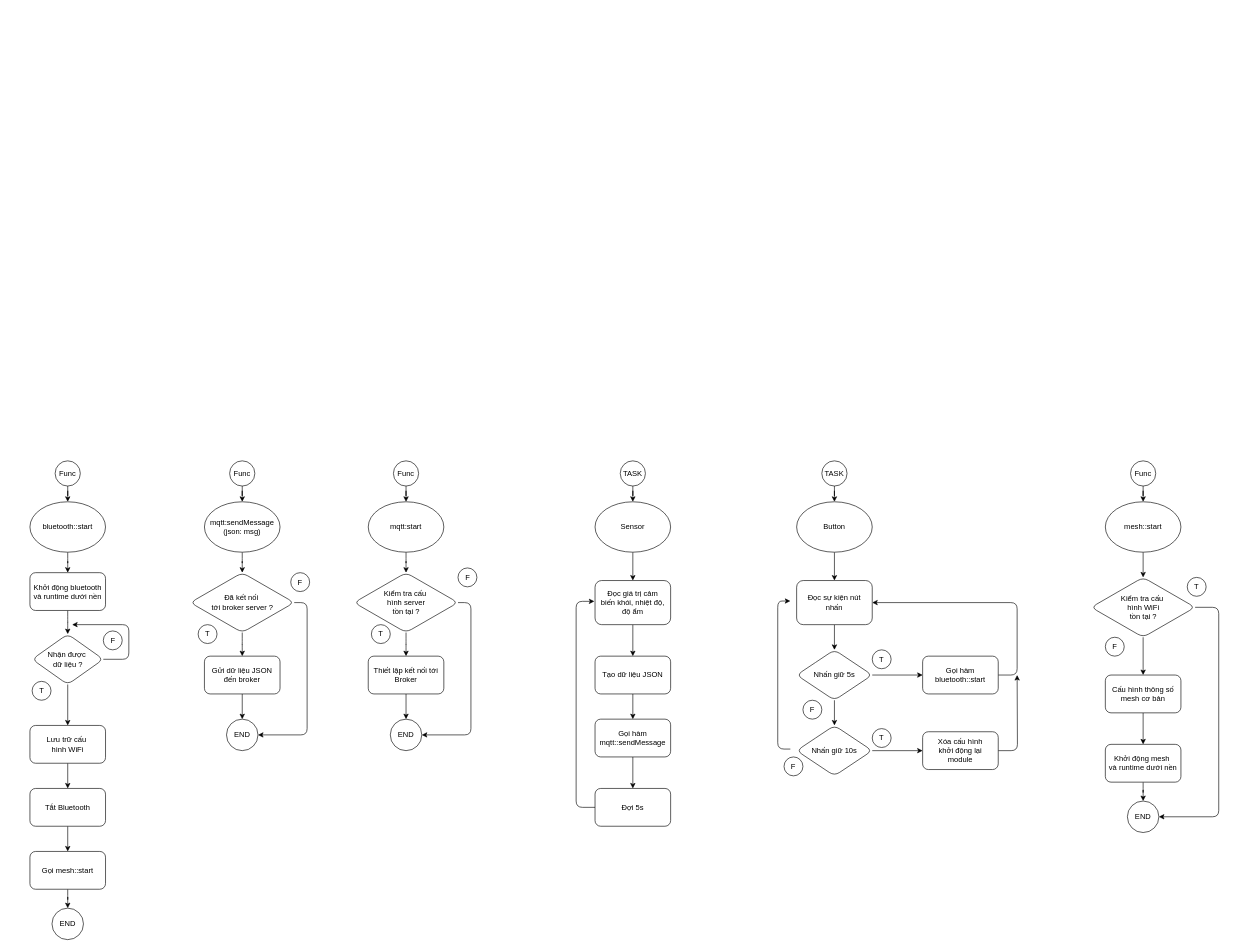
The draw.io diagram Untitled Diagram.drawio in yarncode/esp_mesh_fire_alarm, before the edit. Source tidied: cells renumbered, new cells numbered last; positions are measured from the earlier drawing's top-left corner, leaving out a move shared by most shapes. Both pictures are drawn from the tidied source at 63%, with x=0, y=0 at pixel (30, 461).
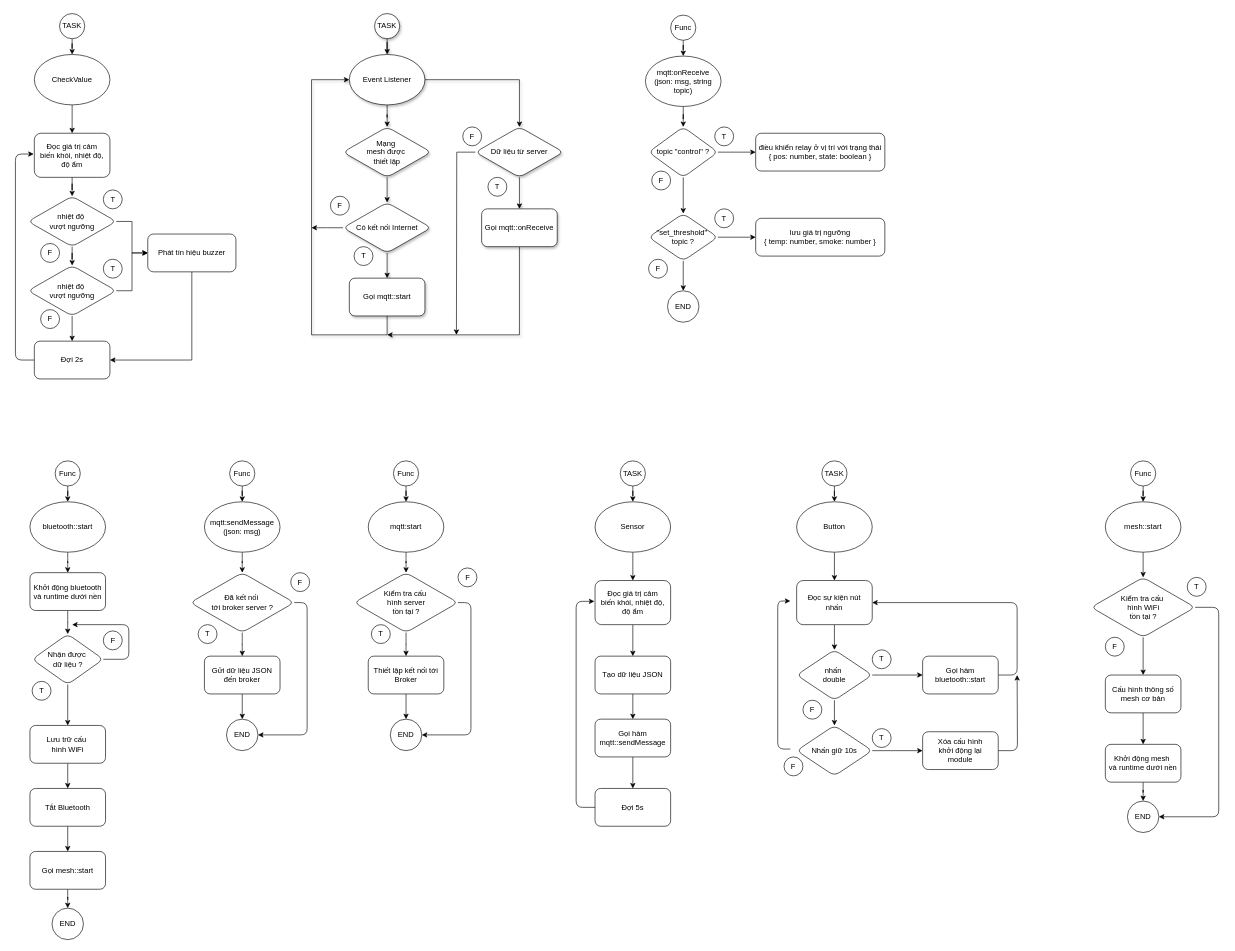
The same diagram, later.

What changed in the source:
```diff
@@
-    <mxCell id="22" value="Nhấn giữ 5s" style="rhombus;whiteSpace=wrap;html=1;rounded=1;spacing=4;spacingRight=6;spacingLeft=6;" parent="1" vertex="1">
+    <mxCell id="22" value="nhấn&amp;nbsp;&lt;div&gt;double&lt;/div&gt;" style="rhombus;whiteSpace=wrap;html=1;rounded=1;spacing=4;spacingRight=6;spacingLeft=6;" parent="1" vertex="1">
       <mxGeometry x="1217" y="300" width="120" height="80" as="geometry" />
     </mxCell>
@@
+    <mxCell id="90" style="edgeStyle=orthogonalEdgeStyle;rounded=1;jettySize=auto;html=1;" parent="1" edge="1" source="91" target="93">
+      <mxGeometry relative="1" as="geometry" />
+    </mxCell>
+    <mxCell id="91" value="CheckValue" style="ellipse;whiteSpace=wrap;html=1;rounded=1;" parent="1" vertex="1">
+      <mxGeometry x="7" y="-645" width="120" height="80" as="geometry" />
+    </mxCell>
+    <mxCell id="92" style="edgeStyle=orthogonalEdgeStyle;rounded=0;jettySize=auto;html=1;" parent="1" edge="1" source="93" target="100">
+      <mxGeometry relative="1" as="geometry" />
+    </mxCell>
+    <mxCell id="93" value="Đọc giá trị cảm biến khói, nhiệt độ, độ ẩm" style="rounded=1;whiteSpace=wrap;html=1;spacing=4;spacingRight=6;spacingLeft=6;" parent="1" vertex="1">
+      <mxGeometry x="7" y="-520" width="120" height="70" as="geometry" />
+    </mxCell>
+    <mxCell id="94" style="edgeStyle=orthogonalEdgeStyle;rounded=1;jettySize=auto;html=1;entryX=0.5;entryY=0;entryDx=0;entryDy=0;" parent="1" edge="1" source="95" target="91">
+      <mxGeometry relative="1" as="geometry" />
+    </mxCell>
+    <mxCell id="95" value="TASK" style="ellipse;whiteSpace=wrap;html=1;rounded=1;" parent="1" vertex="1">
+      <mxGeometry x="47" y="-710" width="40" height="40" as="geometry" />
+    </mxCell>
+    <mxCell id="96" style="edgeStyle=orthogonalEdgeStyle;rounded=1;jettySize=auto;html=1;entryX=-0.009;entryY=0.472;entryDx=0;entryDy=0;entryPerimeter=0;curved=0;" parent="1" edge="1" source="97" target="93">
+      <mxGeometry relative="1" as="geometry">
+        <Array as="points">
+          <mxPoint x="-23" y="-160" />
+          <mxPoint x="-23" y="-487" />
+        </Array>
+      </mxGeometry>
+    </mxCell>
+    <mxCell id="97" value="Đợi 2s" style="whiteSpace=wrap;html=1;rounded=1;spacing=4;spacingRight=6;spacingLeft=6;" parent="1" vertex="1">
+      <mxGeometry x="7" y="-190" width="120" height="60" as="geometry" />
+    </mxCell>
+    <mxCell id="98" style="edgeStyle=orthogonalEdgeStyle;rounded=0;jettySize=auto;html=1;" parent="1" edge="1" source="100" target="103">
+      <mxGeometry relative="1" as="geometry" />
+    </mxCell>
+    <mxCell id="99" style="edgeStyle=orthogonalEdgeStyle;rounded=0;jettySize=auto;html=1;entryX=0;entryY=0.5;entryDx=0;entryDy=0;" parent="1" edge="1" source="100" target="105">
+      <mxGeometry relative="1" as="geometry" />
+    </mxCell>
+    <mxCell id="100" value="nhiệt độ&amp;nbsp;&lt;div&gt;vượt ngưỡng&lt;/div&gt;" style="rhombus;whiteSpace=wrap;html=1;rounded=1;spacing=4;spacingRight=6;spacingLeft=6;" parent="1" vertex="1">
+      <mxGeometry x="-3" y="-420" width="140" height="80" as="geometry" />
+    </mxCell>
+    <mxCell id="101" style="edgeStyle=orthogonalEdgeStyle;rounded=0;jettySize=auto;html=1;entryX=0.5;entryY=0;entryDx=0;entryDy=0;" parent="1" edge="1" source="103" target="97">
+      <mxGeometry relative="1" as="geometry" />
+    </mxCell>
+    <mxCell id="102" style="edgeStyle=orthogonalEdgeStyle;rounded=0;jettySize=auto;html=1;entryX=0;entryY=0.5;entryDx=0;entryDy=0;" parent="1" edge="1" source="103" target="105">
+      <mxGeometry relative="1" as="geometry" />
+    </mxCell>
+    <mxCell id="103" value="nhiệt độ&amp;nbsp;&lt;div&gt;vượt ngưỡng&lt;/div&gt;" style="rhombus;whiteSpace=wrap;html=1;rounded=1;spacing=4;spacingRight=6;spacingLeft=6;" parent="1" vertex="1">
+      <mxGeometry x="-3" y="-310" width="140" height="80" as="geometry" />
+    </mxCell>
+    <mxCell id="104" style="edgeStyle=orthogonalEdgeStyle;rounded=0;jettySize=auto;html=1;entryX=1;entryY=0.5;entryDx=0;entryDy=0;" parent="1" edge="1" source="105" target="97">
+      <mxGeometry relative="1" as="geometry">
+        <Array as="points">
+          <mxPoint x="257" y="-160" />
+        </Array>
+      </mxGeometry>
+    </mxCell>
+    <mxCell id="105" value="Phát tín hiệu buzzer" style="rounded=1;whiteSpace=wrap;html=1;" parent="1" vertex="1">
+      <mxGeometry x="187" y="-360" width="140" height="60" as="geometry" />
+    </mxCell>
+    <mxCell id="106" value="F" style="ellipse;whiteSpace=wrap;html=1;rounded=1;" parent="1" vertex="1">
+      <mxGeometry x="17" y="-345" width="30" height="30" as="geometry" />
+    </mxCell>
+    <mxCell id="107" value="F" style="ellipse;whiteSpace=wrap;html=1;rounded=1;" parent="1" vertex="1">
+      <mxGeometry x="17" y="-240" width="30" height="30" as="geometry" />
+    </mxCell>
+    <mxCell id="108" value="T" style="ellipse;whiteSpace=wrap;html=1;rounded=1;" parent="1" vertex="1">
+      <mxGeometry x="116.5" y="-430" width="30" height="30" as="geometry" />
+    </mxCell>
+    <mxCell id="109" value="T" style="ellipse;whiteSpace=wrap;html=1;rounded=1;" parent="1" vertex="1">
+      <mxGeometry x="116.5" y="-320" width="30" height="30" as="geometry" />
+    </mxCell>
+    <mxCell id="110" style="edgeStyle=orthogonalEdgeStyle;rounded=0;jettySize=auto;html=1;entryX=0.5;entryY=0;entryDx=0;entryDy=0;strokeColor=default;shadow=1;" parent="1" edge="1" source="111" target="114">
+      <mxGeometry relative="1" as="geometry" />
+    </mxCell>
+    <mxCell id="111" value="TASK" style="ellipse;whiteSpace=wrap;html=1;rounded=1;strokeColor=default;shadow=1;" parent="1" vertex="1">
+      <mxGeometry x="547" y="-710" width="40" height="40" as="geometry" />
+    </mxCell>
+    <mxCell id="112" style="edgeStyle=orthogonalEdgeStyle;rounded=0;jettySize=auto;html=1;strokeColor=default;shadow=1;" parent="1" edge="1" source="114" target="116">
+      <mxGeometry relative="1" as="geometry" />
+    </mxCell>
+    <mxCell id="113" style="edgeStyle=orthogonalEdgeStyle;rounded=0;jettySize=auto;html=1;entryX=0.5;entryY=0;entryDx=0;entryDy=0;strokeColor=default;shadow=1;" parent="1" edge="1" source="114" target="119">
+      <mxGeometry relative="1" as="geometry" />
+    </mxCell>
+    <mxCell id="114" value="Event Listener" style="ellipse;whiteSpace=wrap;html=1;rounded=1;strokeColor=default;shadow=1;" parent="1" vertex="1">
+      <mxGeometry x="507" y="-645" width="120" height="80" as="geometry" />
+    </mxCell>
+    <mxCell id="115" style="edgeStyle=orthogonalEdgeStyle;rounded=0;jettySize=auto;html=1;strokeColor=default;shadow=1;" parent="1" edge="1" source="116" target="122">
+      <mxGeometry relative="1" as="geometry" />
+    </mxCell>
+    <mxCell id="116" value="Mạng&amp;nbsp;&lt;div&gt;mesh được&amp;nbsp;&lt;div&gt;thiết lập&lt;/div&gt;&lt;/div&gt;" style="rhombus;whiteSpace=wrap;html=1;rounded=1;strokeColor=default;shadow=1;" parent="1" vertex="1">
+      <mxGeometry x="497" y="-530" width="140" height="80" as="geometry" />
+    </mxCell>
+    <mxCell id="117" style="edgeStyle=orthogonalEdgeStyle;rounded=0;jettySize=auto;html=1;entryX=0.5;entryY=0;entryDx=0;entryDy=0;strokeColor=default;shadow=1;" parent="1" edge="1" source="119" target="126">
+      <mxGeometry relative="1" as="geometry" />
+    </mxCell>
+    <mxCell id="118" style="edgeStyle=orthogonalEdgeStyle;rounded=0;jettySize=auto;html=1;" parent="1" edge="1" source="119">
+      <mxGeometry relative="1" as="geometry">
+        <mxPoint x="677" y="-200" as="targetPoint" />
+      </mxGeometry>
+    </mxCell>
+    <mxCell id="119" value="Dữ liệu từ server" style="rhombus;whiteSpace=wrap;html=1;rounded=1;strokeColor=default;shadow=1;" parent="1" vertex="1">
+      <mxGeometry x="707" y="-530" width="140" height="80" as="geometry" />
+    </mxCell>
+    <mxCell id="120" style="edgeStyle=orthogonalEdgeStyle;rounded=0;jettySize=auto;html=1;entryX=0.5;entryY=0;entryDx=0;entryDy=0;strokeColor=default;shadow=1;" parent="1" edge="1" source="122" target="124">
+      <mxGeometry relative="1" as="geometry" />
+    </mxCell>
+    <mxCell id="121" style="edgeStyle=orthogonalEdgeStyle;rounded=0;jettySize=auto;html=1;" parent="1" edge="1" source="122">
+      <mxGeometry relative="1" as="geometry">
+        <mxPoint x="447" y="-370" as="targetPoint" />
+      </mxGeometry>
+    </mxCell>
+    <mxCell id="122" value="Có kết nối Internet" style="rhombus;whiteSpace=wrap;html=1;rounded=1;strokeColor=default;shadow=1;" parent="1" vertex="1">
+      <mxGeometry x="497" y="-410" width="140" height="80" as="geometry" />
+    </mxCell>
+    <mxCell id="123" style="edgeStyle=orthogonalEdgeStyle;rounded=0;jettySize=auto;html=1;entryX=0;entryY=0.5;entryDx=0;entryDy=0;exitX=0.5;exitY=1;exitDx=0;exitDy=0;strokeColor=default;shadow=1;" parent="1" edge="1" source="124" target="114">
+      <mxGeometry relative="1" as="geometry">
+        <Array as="points">
+          <mxPoint x="567" y="-200" />
+          <mxPoint x="447" y="-200" />
+          <mxPoint x="447" y="-605" />
+        </Array>
+      </mxGeometry>
+    </mxCell>
+    <mxCell id="124" value="Gọi mqtt::start" style="whiteSpace=wrap;html=1;rounded=1;strokeColor=default;shadow=1;" parent="1" vertex="1">
+      <mxGeometry x="507" y="-290" width="120" height="60" as="geometry" />
+    </mxCell>
+    <mxCell id="125" style="edgeStyle=orthogonalEdgeStyle;rounded=0;jettySize=auto;html=1;strokeColor=default;shadow=1;" parent="1" edge="1" source="126">
+      <mxGeometry relative="1" as="geometry">
+        <mxPoint x="567" y="-200" as="targetPoint" />
+        <Array as="points">
+          <mxPoint x="777" y="-200" />
+        </Array>
+      </mxGeometry>
+    </mxCell>
+    <mxCell id="126" value="Gọi mqtt::onReceive" style="whiteSpace=wrap;html=1;rounded=1;strokeColor=default;shadow=1;" parent="1" vertex="1">
+      <mxGeometry x="717" y="-400" width="120" height="60" as="geometry" />
+    </mxCell>
+    <mxCell id="127" value="T" style="ellipse;whiteSpace=wrap;html=1;rounded=1;" parent="1" vertex="1">
+      <mxGeometry x="514.5" y="-340" width="30" height="30" as="geometry" />
+    </mxCell>
+    <mxCell id="128" value="F" style="ellipse;whiteSpace=wrap;html=1;rounded=1;" parent="1" vertex="1">
+      <mxGeometry x="477" y="-420" width="30" height="30" as="geometry" />
+    </mxCell>
+    <mxCell id="129" value="T" style="ellipse;whiteSpace=wrap;html=1;rounded=1;" parent="1" vertex="1">
+      <mxGeometry x="727" y="-450" width="30" height="30" as="geometry" />
+    </mxCell>
+    <mxCell id="130" value="F" style="ellipse;whiteSpace=wrap;html=1;rounded=1;" parent="1" vertex="1">
+      <mxGeometry x="687" y="-530" width="30" height="30" as="geometry" />
+    </mxCell>
+    <mxCell id="131" style="edgeStyle=orthogonalEdgeStyle;rounded=0;jettySize=auto;html=1;" parent="1" edge="1" source="132" target="137">
+      <mxGeometry relative="1" as="geometry" />
+    </mxCell>
+    <mxCell id="132" value="mqtt:onReceive&lt;div&gt;(json: msg, string topic)&lt;/div&gt;" style="ellipse;whiteSpace=wrap;html=1;rounded=1;" parent="1" vertex="1">
+      <mxGeometry x="977" y="-642.5" width="120" height="80" as="geometry" />
+    </mxCell>
+    <mxCell id="133" style="edgeStyle=orthogonalEdgeStyle;rounded=1;jettySize=auto;html=1;entryX=0.5;entryY=0;entryDx=0;entryDy=0;" parent="1" edge="1" source="134" target="132">
+      <mxGeometry relative="1" as="geometry" />
+    </mxCell>
+    <mxCell id="134" value="Func" style="ellipse;whiteSpace=wrap;html=1;rounded=1;" parent="1" vertex="1">
+      <mxGeometry x="1017" y="-707.5" width="40" height="40" as="geometry" />
+    </mxCell>
+    <mxCell id="135" style="edgeStyle=orthogonalEdgeStyle;rounded=0;jettySize=auto;html=1;" parent="1" edge="1" source="137" target="139">
+      <mxGeometry relative="1" as="geometry" />
+    </mxCell>
+    <mxCell id="136" style="edgeStyle=orthogonalEdgeStyle;rounded=0;jettySize=auto;html=1;" parent="1" edge="1" source="137" target="144">
+      <mxGeometry relative="1" as="geometry" />
+    </mxCell>
+    <mxCell id="137" value="topic &quot;control&quot; ?" style="rhombus;whiteSpace=wrap;html=1;rounded=1;" parent="1" vertex="1">
+      <mxGeometry x="982" y="-530" width="110" height="80" as="geometry" />
+    </mxCell>
+    <mxCell id="138" value="END" style="ellipse;whiteSpace=wrap;html=1;rounded=1;" parent="1" vertex="1">
+      <mxGeometry x="1012" y="-270" width="50" height="50" as="geometry" />
+    </mxCell>
+    <mxCell id="139" value="điều khiển relay ở vị trí với trạng thái&lt;br&gt;{ pos: number, state: boolean }" style="whiteSpace=wrap;html=1;rounded=1;" parent="1" vertex="1">
+      <mxGeometry x="1152" y="-520" width="205" height="60" as="geometry" />
+    </mxCell>
+    <mxCell id="140" value="T" style="ellipse;whiteSpace=wrap;html=1;rounded=1;" parent="1" vertex="1">
+      <mxGeometry x="1087" y="-400" width="30" height="30" as="geometry" />
+    </mxCell>
+    <mxCell id="141" value="F" style="ellipse;whiteSpace=wrap;html=1;rounded=1;" parent="1" vertex="1">
+      <mxGeometry x="987" y="-460" width="30" height="30" as="geometry" />
+    </mxCell>
+    <mxCell id="142" style="edgeStyle=orthogonalEdgeStyle;rounded=0;jettySize=auto;html=1;" parent="1" edge="1" source="144" target="145">
+      <mxGeometry relative="1" as="geometry" />
+    </mxCell>
+    <mxCell id="143" style="edgeStyle=orthogonalEdgeStyle;rounded=0;jettySize=auto;html=1;" parent="1" edge="1" source="144" target="138">
+      <mxGeometry relative="1" as="geometry">
+        <Array as="points">
+          <mxPoint x="1037" y="-270" />
+          <mxPoint x="1037" y="-270" />
+        </Array>
+      </mxGeometry>
+    </mxCell>
+    <mxCell id="144" value="&quot;set_threshold&quot;&amp;nbsp;&lt;br&gt;&lt;div&gt;&lt;span style=&quot;background-color: initial;&quot;&gt;topic&lt;/span&gt;&lt;span style=&quot;background-color: initial;&quot;&gt;&amp;nbsp;&lt;/span&gt;?&lt;/div&gt;" style="rhombus;whiteSpace=wrap;html=1;rounded=1;" parent="1" vertex="1">
+      <mxGeometry x="982" y="-392.5" width="110" height="75" as="geometry" />
+    </mxCell>
+    <mxCell id="145" value="lưu giá trị ngưỡng&lt;div&gt;{ temp: number, smoke: number }&lt;/div&gt;" style="whiteSpace=wrap;html=1;rounded=1;" parent="1" vertex="1">
+      <mxGeometry x="1152" y="-385" width="205" height="60" as="geometry" />
+    </mxCell>
+    <mxCell id="146" value="F" style="ellipse;whiteSpace=wrap;html=1;rounded=1;" parent="1" vertex="1">
+      <mxGeometry x="982" y="-320" width="30" height="30" as="geometry" />
+    </mxCell>
+    <mxCell id="147" value="T" style="ellipse;whiteSpace=wrap;html=1;rounded=1;" parent="1" vertex="1">
+      <mxGeometry x="1087" y="-530" width="30" height="30" as="geometry" />
+    </mxCell>
```
